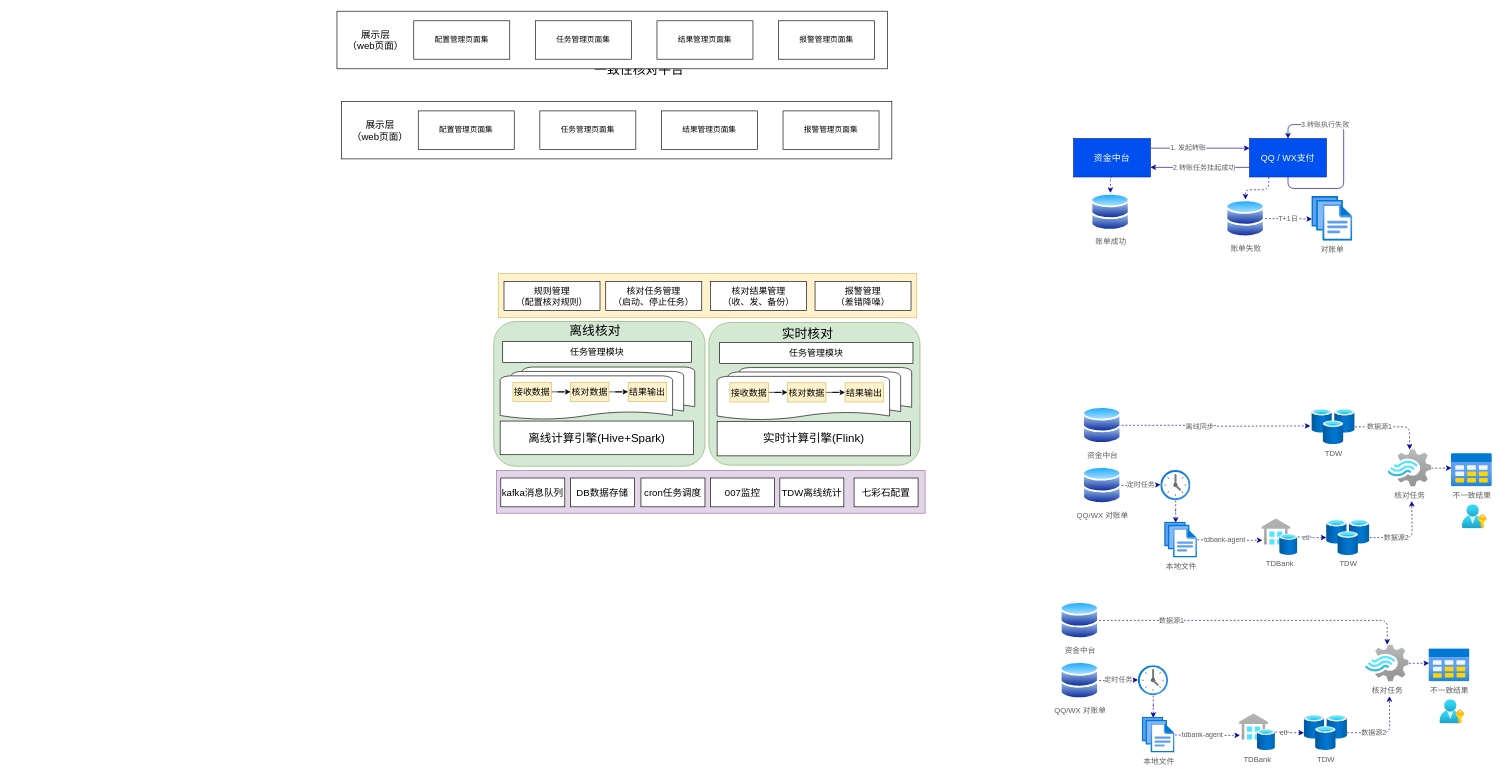
Earlier version of the draw.io diagram page "Page-2" (2 of 2) of Untitled Diagram.drawio (wutongshu1993/blog). Source tidied: cells renumbered, new cells numbered last; positions are measured from the earlier drawing's top-left corner, leaving out a move shared by most shapes. Both pictures are drawn from the tidied source at 64%, with x=0, y=0 at pixel (337, 11).
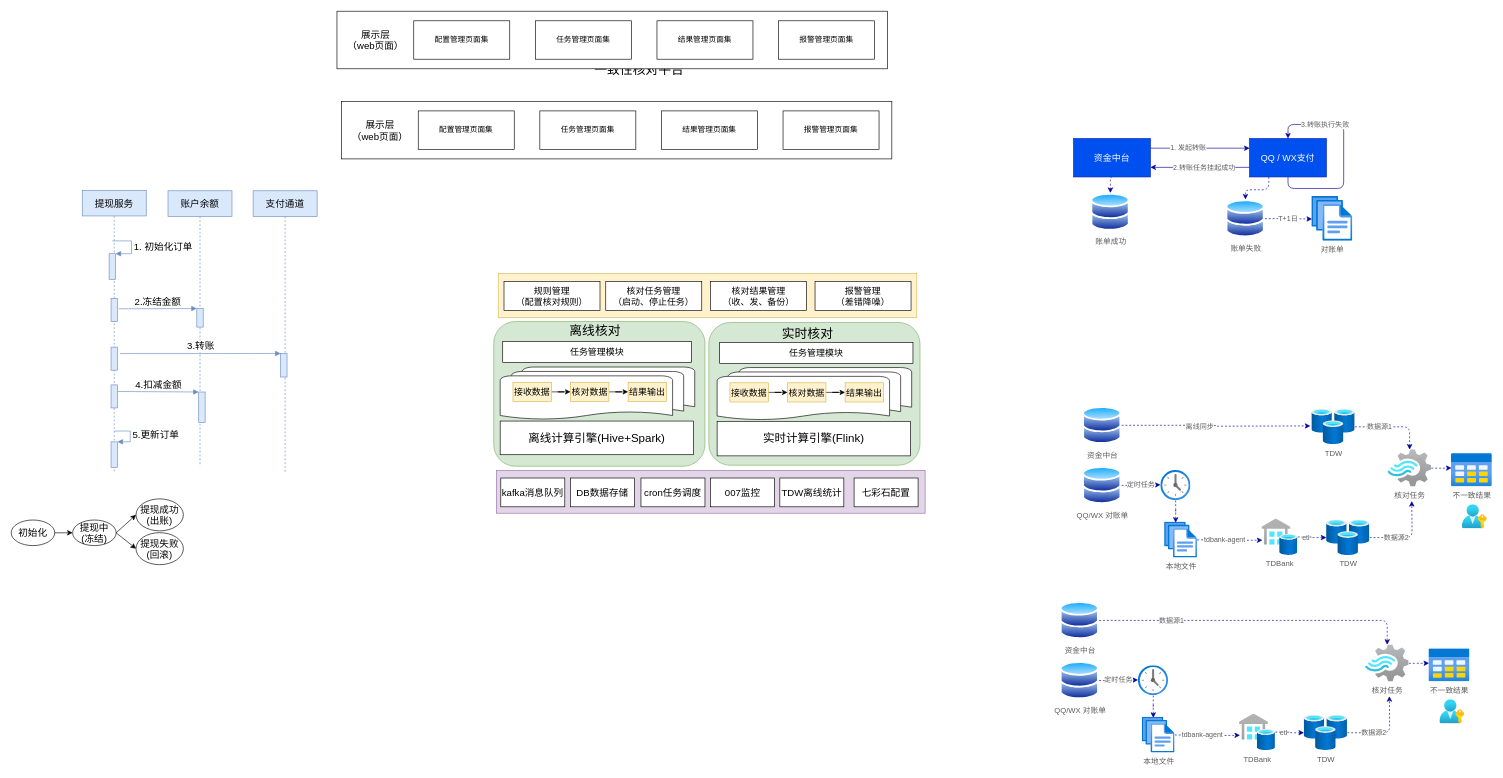
The same page after the edit.

The edit, as a diff of the source:
```diff
@@
+    <mxCell id="107" value="提现服务" style="shape=umlLifeline;perimeter=lifelinePerimeter;whiteSpace=wrap;html=1;fontSize=15;fillColor=#dae8fc;strokeColor=#6c8ebf;" parent="1" vertex="1">
+      <mxGeometry x="-398" y="279.9" width="100" height="439" as="geometry" />
+    </mxCell>
+    <mxCell id="108" style="html=1;points=[];perimeter=orthogonalPerimeter;fontSize=15;fillColor=#dae8fc;strokeColor=#6c8ebf;" parent="107" vertex="1">
+      <mxGeometry x="42" y="99" width="10" height="40" as="geometry" />
+    </mxCell>
+    <mxCell id="109" value="1. 初始化订单" style="edgeStyle=orthogonalEdgeStyle;html=1;align=left;spacingLeft=2;endArrow=block;rounded=0;entryX=1;entryY=0;fontSize=15;fillColor=#dae8fc;strokeColor=#6c8ebf;" parent="107" edge="1" target="108">
+      <mxGeometry relative="1" as="geometry">
+        <mxPoint x="47" y="79" as="sourcePoint" />
+        <Array as="points">
+          <mxPoint x="77" y="79" />
+        </Array>
+      </mxGeometry>
+    </mxCell>
+    <mxCell id="110" style="html=1;perimeter=orthogonalPerimeter;fontSize=15;fillColor=#dae8fc;strokeColor=#6c8ebf;" parent="107" vertex="1">
+      <mxGeometry x="45" y="169" width="10" height="36" as="geometry" />
+    </mxCell>
+    <mxCell id="111" style="html=1;perimeter=orthogonalPerimeter;fontSize=15;fillColor=#dae8fc;strokeColor=#6c8ebf;" parent="107" vertex="1">
+      <mxGeometry x="45" y="245" width="10" height="36" as="geometry" />
+    </mxCell>
+    <mxCell id="112" style="html=1;points=[];perimeter=orthogonalPerimeter;fontSize=15;fillColor=#dae8fc;strokeColor=#6c8ebf;" parent="107" vertex="1">
+      <mxGeometry x="45" y="304" width="10" height="36" as="geometry" />
+    </mxCell>
+    <mxCell id="113" style="html=1;points=[];perimeter=orthogonalPerimeter;fontSize=15;fillColor=#dae8fc;strokeColor=#6c8ebf;" parent="107" vertex="1">
+      <mxGeometry x="45" y="393" width="10" height="40" as="geometry" />
+    </mxCell>
+    <mxCell id="114" value="5.更新订单" style="edgeStyle=orthogonalEdgeStyle;html=1;align=left;spacingLeft=2;endArrow=block;rounded=0;entryX=1;entryY=0;fontSize=15;fillColor=#dae8fc;strokeColor=#6c8ebf;" parent="107" edge="1" target="113">
+      <mxGeometry relative="1" as="geometry">
+        <mxPoint x="50" y="376.1" as="sourcePoint" />
+        <Array as="points">
+          <mxPoint x="75" y="376" />
+        </Array>
+      </mxGeometry>
+    </mxCell>
+    <mxCell id="115" value="账户余额" style="shape=umlLifeline;perimeter=lifelinePerimeter;whiteSpace=wrap;html=1;fontSize=15;fillColor=#dae8fc;strokeColor=#6c8ebf;" parent="1" vertex="1">
+      <mxGeometry x="-264" y="280.6" width="100" height="430.4" as="geometry" />
+    </mxCell>
+    <mxCell id="116" style="html=1;points=[];perimeter=orthogonalPerimeter;fontSize=15;fillColor=#dae8fc;strokeColor=#6c8ebf;" parent="115" vertex="1">
+      <mxGeometry x="45" y="184" width="10" height="29" as="geometry" />
+    </mxCell>
+    <mxCell id="117" style="html=1;points=[];perimeter=orthogonalPerimeter;fontSize=15;fillColor=#dae8fc;strokeColor=#6c8ebf;" parent="115" vertex="1">
+      <mxGeometry x="48" y="314.4" width="10" height="47.6" as="geometry" />
+    </mxCell>
+    <mxCell id="118" value="支付通道" style="shape=umlLifeline;perimeter=lifelinePerimeter;whiteSpace=wrap;html=1;fontSize=15;fillColor=#dae8fc;strokeColor=#6c8ebf;" parent="1" vertex="1">
+      <mxGeometry x="-131" y="280.6" width="100" height="440.2" as="geometry" />
+    </mxCell>
+    <mxCell id="119" style="html=1;points=[];perimeter=orthogonalPerimeter;fontSize=15;fillColor=#dae8fc;strokeColor=#6c8ebf;" parent="118" vertex="1">
+      <mxGeometry x="43" y="254.2" width="10" height="36.8" as="geometry" />
+    </mxCell>
+    <mxCell id="120" value="2.冻结金额" style="html=1;verticalAlign=bottom;endArrow=block;entryX=0;entryY=0;rounded=0;fontSize=15;fillColor=#dae8fc;strokeColor=#6c8ebf;" parent="1" edge="1" target="116">
+      <mxGeometry relative="1" as="geometry">
+        <mxPoint x="-341" y="465" as="sourcePoint" />
+      </mxGeometry>
+    </mxCell>
+    <mxCell id="121" value="3.转账" style="html=1;verticalAlign=bottom;endArrow=block;entryX=0;entryY=0;rounded=0;fontSize=15;fillColor=#dae8fc;strokeColor=#6c8ebf;" parent="1" edge="1" target="119">
+      <mxGeometry relative="1" as="geometry">
+        <mxPoint x="-339" y="535" as="sourcePoint" />
+      </mxGeometry>
+    </mxCell>
+    <mxCell id="122" value="4.扣减金额" style="html=1;verticalAlign=bottom;endArrow=block;entryX=0;entryY=0;rounded=0;exitX=1.08;exitY=0.286;exitDx=0;exitDy=0;exitPerimeter=0;fontSize=15;fillColor=#dae8fc;strokeColor=#6c8ebf;" parent="1" edge="1" source="112" target="117">
+      <mxGeometry relative="1" as="geometry" />
+    </mxCell>
+    <mxCell id="123" style="edgeStyle=orthogonalEdgeStyle;rounded=0;jettySize=auto;html=1;exitX=1;exitY=0.5;exitDx=0;exitDy=0;entryX=0;entryY=0.5;entryDx=0;entryDy=0;fontSize=15;" parent="1" edge="1" source="124" target="127">
+      <mxGeometry relative="1" as="geometry" />
+    </mxCell>
+    <mxCell id="124" value="初始化" style="ellipse;whiteSpace=wrap;html=1;fontSize=15;" parent="1" vertex="1">
+      <mxGeometry x="-509" y="795" width="68" height="40" as="geometry" />
+    </mxCell>
+    <mxCell id="125" style="rounded=0;jettySize=auto;html=1;exitX=1;exitY=0.5;exitDx=0;exitDy=0;fontSize=15;entryX=0;entryY=0.5;entryDx=0;entryDy=0;" parent="1" edge="1" source="127" target="128">
+      <mxGeometry relative="1" as="geometry" />
+    </mxCell>
+    <mxCell id="126" style="edgeStyle=none;rounded=0;jettySize=auto;html=1;exitX=1;exitY=0.5;exitDx=0;exitDy=0;entryX=0;entryY=0.5;entryDx=0;entryDy=0;fontSize=15;" parent="1" edge="1" source="127" target="129">
+      <mxGeometry relative="1" as="geometry" />
+    </mxCell>
+    <mxCell id="127" value="提现中&lt;br&gt;(冻结)" style="ellipse;whiteSpace=wrap;html=1;fontSize=15;" parent="1" vertex="1">
+      <mxGeometry x="-413" y="795" width="68" height="40" as="geometry" />
+    </mxCell>
+    <mxCell id="128" value="提现成功&lt;br&gt;(出账)" style="ellipse;whiteSpace=wrap;html=1;fontSize=15;" parent="1" vertex="1">
+      <mxGeometry x="-314" y="762" width="74" height="50" as="geometry" />
+    </mxCell>
+    <mxCell id="129" value="提现失败&lt;br&gt;(回滚)" style="ellipse;whiteSpace=wrap;html=1;fontSize=15;" parent="1" vertex="1">
+      <mxGeometry x="-314" y="814.8" width="74" height="50" as="geometry" />
+    </mxCell>
```
